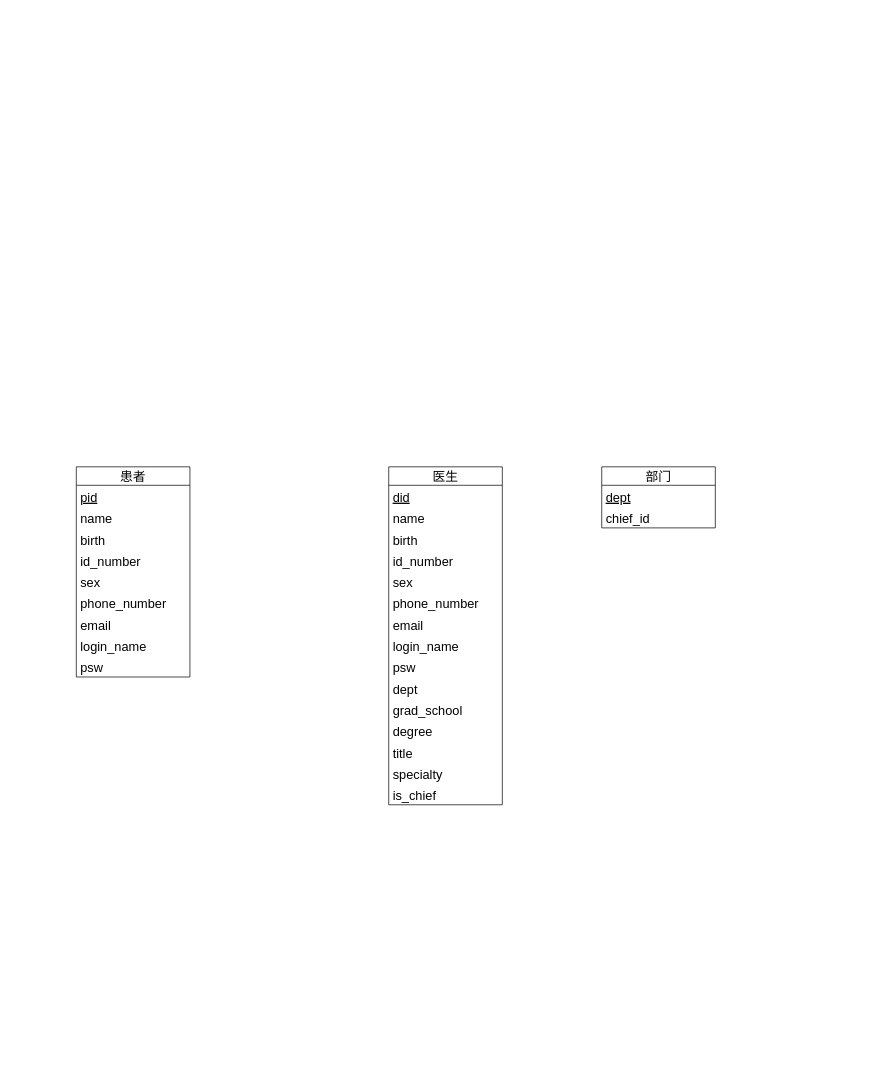
This is 医院ER图.drawio from sql0316/hello-world, a draw.io file, before an edit. Source tidied: cells renumbered, new cells numbered last; positions are measured from the earlier drawing's top-left corner, leaving out a move shared by most shapes. Both pictures are drawn from the tidied source at 71%, with x=0, y=0 at pixel (76, 466).
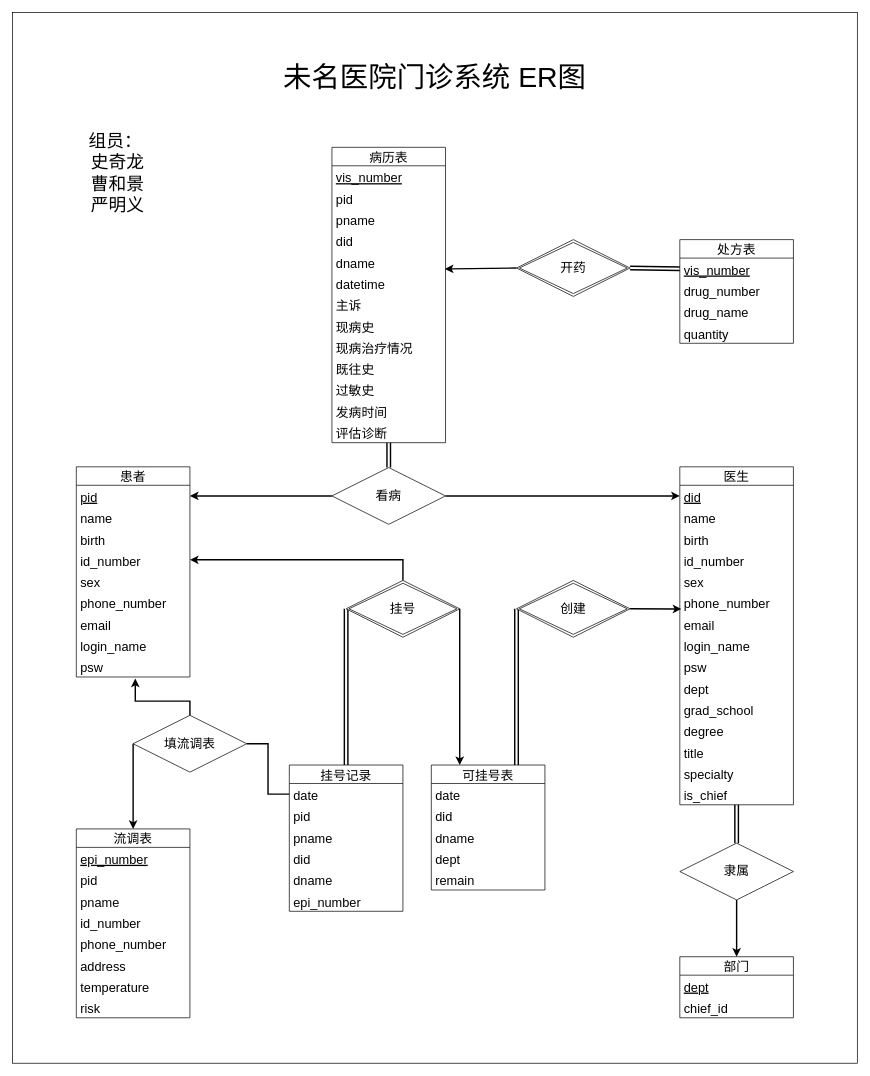
After the change.

Commit message:
更新医院ER图.drawio

Unchanged cells that the change refers to:
```xml
<mxCell id="3" value="pid" style="text;strokeColor=none;fillColor=none;spacingLeft=4;spacingRight=4;overflow=hidden;points=[[0,0.5],[1,0.5]];portConstraint=eastwest;fontSize=18;fontStyle=4;" parent="2" vertex="1">
  <mxGeometry y="26" width="160" height="30" as="geometry" />
</mxCell>
<mxCell id="6" value="id_number" style="text;strokeColor=none;fillColor=none;spacingLeft=4;spacingRight=4;overflow=hidden;points=[[0,0.5],[1,0.5]];portConstraint=eastwest;fontSize=18;" parent="2" vertex="1">
  <mxGeometry y="116" width="160" height="30" as="geometry" />
</mxCell>
<mxCell id="11" value="psw" style="text;strokeColor=none;fillColor=none;spacingLeft=4;spacingRight=4;overflow=hidden;points=[[0,0.5],[1,0.5]];portConstraint=eastwest;fontSize=18;" parent="2" vertex="1">
  <mxGeometry y="266" width="160" height="30" as="geometry" />
</mxCell>
<mxCell id="13" value="did" style="text;strokeColor=none;fillColor=none;spacingLeft=4;spacingRight=4;overflow=hidden;points=[[0,0.5],[1,0.5]];portConstraint=eastwest;fontSize=18;fontStyle=4;" parent="12" vertex="1">
  <mxGeometry y="26" width="160" height="30" as="geometry" />
</mxCell>
<mxCell id="18" value="phone_number" style="text;strokeColor=none;fillColor=none;spacingLeft=4;spacingRight=4;overflow=hidden;points=[[0,0.5],[1,0.5]];portConstraint=eastwest;fontSize=18;" parent="12" vertex="1">
  <mxGeometry y="176" width="160" height="30" as="geometry" />
</mxCell>
<mxCell id="27" value="is_chief" style="text;strokeColor=none;fillColor=none;spacingLeft=4;spacingRight=4;overflow=hidden;points=[[0,0.5],[1,0.5]];portConstraint=eastwest;fontSize=18;" parent="12" vertex="1">
  <mxGeometry y="446" width="160" height="30" as="geometry" />
</mxCell>
```

Change to the diagram source:
```diff
@@
     <mxCell id="12" value="医生" style="swimlane;fontStyle=0;horizontal=1;startSize=26;align=center;fontSize=18;" parent="1" vertex="1">
-      <mxGeometry x="440" width="160" height="476" as="geometry" />
+      <mxGeometry x="850" width="160" height="476" as="geometry" />
     </mxCell>
@@
     <mxCell id="28" value="部门" style="swimlane;fontStyle=0;horizontal=1;startSize=26;align=center;fontSize=18;" parent="1" vertex="1">
-      <mxGeometry x="740" width="160" height="86" as="geometry" />
+      <mxGeometry x="850" y="690" width="160" height="86" as="geometry" />
     </mxCell>
@@
+    <mxCell id="31" style="rounded=0;jettySize=auto;html=1;exitX=0.5;exitY=0;exitDx=0;exitDy=0;fontSize=18;endArrow=none;endFill=0;strokeWidth=2;shape=link;" parent="1" edge="1" source="34" target="48">
+      <mxGeometry relative="1" as="geometry" />
+    </mxCell>
+    <mxCell id="32" style="rounded=0;jettySize=auto;html=1;exitX=1;exitY=0.5;exitDx=0;exitDy=0;entryX=0;entryY=0.5;entryDx=0;entryDy=0;fontSize=18;strokeWidth=2;" parent="1" edge="1" source="34" target="13">
+      <mxGeometry relative="1" as="geometry" />
+    </mxCell>
+    <mxCell id="33" style="rounded=0;jettySize=auto;html=1;exitX=0;exitY=0.5;exitDx=0;exitDy=0;entryX=1;entryY=0.5;entryDx=0;entryDy=0;fontSize=18;strokeWidth=2;" parent="1" edge="1" source="34" target="3">
+      <mxGeometry relative="1" as="geometry" />
+    </mxCell>
+    <mxCell id="34" value="看病" style="shape=rhombus;perimeter=rhombusPerimeter;whiteSpace=wrap;html=1;align=center;fontSize=18;" parent="1" vertex="1">
+      <mxGeometry x="360" y="1" width="160" height="80" as="geometry" />
+    </mxCell>
+    <mxCell id="35" value="病历表" style="swimlane;fontStyle=0;horizontal=1;startSize=26;align=center;fontSize=18;" parent="1" vertex="1">
+      <mxGeometry x="360" y="-450" width="160" height="416" as="geometry" />
+    </mxCell>
+    <mxCell id="36" value="vis_number" style="text;strokeColor=none;fillColor=none;spacingLeft=4;spacingRight=4;overflow=hidden;fontSize=18;fontStyle=4;" parent="35" vertex="1">
+      <mxGeometry y="26" width="160" height="30" as="geometry" />
+    </mxCell>
+    <mxCell id="37" value="pid" style="text;strokeColor=none;fillColor=none;spacingLeft=4;spacingRight=4;overflow=hidden;fontSize=18;" parent="35" vertex="1">
+      <mxGeometry y="56" width="160" height="30" as="geometry" />
+    </mxCell>
+    <mxCell id="38" value="pname" style="text;strokeColor=none;fillColor=none;spacingLeft=4;spacingRight=4;overflow=hidden;fontSize=18;" parent="35" vertex="1">
+      <mxGeometry y="86" width="160" height="30" as="geometry" />
+    </mxCell>
+    <mxCell id="39" value="did" style="text;strokeColor=none;fillColor=none;spacingLeft=4;spacingRight=4;overflow=hidden;fontSize=18;" parent="35" vertex="1">
+      <mxGeometry y="116" width="160" height="30" as="geometry" />
+    </mxCell>
+    <mxCell id="40" value="dname" style="text;strokeColor=none;fillColor=none;spacingLeft=4;spacingRight=4;overflow=hidden;fontSize=18;" parent="35" vertex="1">
+      <mxGeometry y="146" width="160" height="30" as="geometry" />
+    </mxCell>
+    <mxCell id="41" value="datetime" style="text;strokeColor=none;fillColor=none;spacingLeft=4;spacingRight=4;overflow=hidden;points=[[0,0.5],[1,0.5]];portConstraint=eastwest;fontSize=18;" parent="35" vertex="1">
+      <mxGeometry y="176" width="160" height="30" as="geometry" />
+    </mxCell>
+    <mxCell id="42" value="主诉" style="text;strokeColor=none;fillColor=none;spacingLeft=4;spacingRight=4;overflow=hidden;fontSize=18;" parent="35" vertex="1">
+      <mxGeometry y="206" width="160" height="30" as="geometry" />
+    </mxCell>
+    <mxCell id="43" value="现病史" style="text;strokeColor=none;fillColor=none;spacingLeft=4;spacingRight=4;overflow=hidden;fontSize=18;" parent="35" vertex="1">
+      <mxGeometry y="236" width="160" height="30" as="geometry" />
+    </mxCell>
+    <mxCell id="44" value="现病治疗情况" style="text;strokeColor=none;fillColor=none;spacingLeft=4;spacingRight=4;overflow=hidden;fontSize=18;" parent="35" vertex="1">
+      <mxGeometry y="266" width="160" height="30" as="geometry" />
+    </mxCell>
+    <mxCell id="45" value="既往史" style="text;strokeColor=none;fillColor=none;spacingLeft=4;spacingRight=4;overflow=hidden;fontSize=18;" parent="35" vertex="1">
+      <mxGeometry y="296" width="160" height="30" as="geometry" />
+    </mxCell>
+    <mxCell id="46" value="过敏史" style="text;strokeColor=none;fillColor=none;spacingLeft=4;spacingRight=4;overflow=hidden;fontSize=18;" parent="35" vertex="1">
+      <mxGeometry y="326" width="160" height="30" as="geometry" />
+    </mxCell>
+    <mxCell id="47" value="发病时间" style="text;strokeColor=none;fillColor=none;spacingLeft=4;spacingRight=4;overflow=hidden;fontSize=18;" parent="35" vertex="1">
+      <mxGeometry y="356" width="160" height="30" as="geometry" />
+    </mxCell>
+    <mxCell id="48" value="评估诊断" style="text;strokeColor=none;fillColor=none;spacingLeft=4;spacingRight=4;overflow=hidden;points=[[0,0.5],[1,0.5]];portConstraint=eastwest;fontSize=18;" parent="35" vertex="1">
+      <mxGeometry y="386" width="160" height="30" as="geometry" />
+    </mxCell>
+    <mxCell id="49" value="处方表" style="swimlane;fontStyle=0;horizontal=1;startSize=26;align=center;fontSize=18;" parent="1" vertex="1">
+      <mxGeometry x="850" y="-320" width="160" height="146" as="geometry" />
+    </mxCell>
+    <mxCell id="50" value="vis_number" style="text;strokeColor=none;fillColor=none;spacingLeft=4;spacingRight=4;overflow=hidden;points=[[0,0.5],[1,0.5]];portConstraint=eastwest;fontSize=18;fontStyle=4;" parent="49" vertex="1">
+      <mxGeometry y="26" width="160" height="30" as="geometry" />
+    </mxCell>
+    <mxCell id="51" value="drug_number" style="text;strokeColor=none;fillColor=none;spacingLeft=4;spacingRight=4;overflow=hidden;fontSize=18;" parent="49" vertex="1">
+      <mxGeometry y="56" width="160" height="30" as="geometry" />
+    </mxCell>
+    <mxCell id="52" value="drug_name" style="text;strokeColor=none;fillColor=none;spacingLeft=4;spacingRight=4;overflow=hidden;fontSize=18;" parent="49" vertex="1">
+      <mxGeometry y="86" width="160" height="30" as="geometry" />
+    </mxCell>
+    <mxCell id="53" value="quantity" style="text;strokeColor=none;fillColor=none;spacingLeft=4;spacingRight=4;overflow=hidden;fontSize=18;" parent="49" vertex="1">
+      <mxGeometry y="116" width="160" height="30" as="geometry" />
+    </mxCell>
+    <mxCell id="54" style="rounded=0;jettySize=auto;html=1;exitX=1;exitY=0.5;exitDx=0;exitDy=0;entryX=0;entryY=0.5;entryDx=0;entryDy=0;fontSize=18;endArrow=none;endFill=0;strokeWidth=2;shape=link;" parent="1" edge="1" source="56" target="50">
+      <mxGeometry relative="1" as="geometry" />
+    </mxCell>
+    <mxCell id="55" style="edgeStyle=none;rounded=0;jettySize=auto;html=1;exitX=0;exitY=0.5;exitDx=0;exitDy=0;entryX=0.994;entryY=-0.158;entryDx=0;entryDy=0;fontSize=18;endArrow=classic;endFill=1;strokeWidth=2;entryPerimeter=0;" parent="1" edge="1" source="56" target="41">
+      <mxGeometry relative="1" as="geometry" />
+    </mxCell>
+    <mxCell id="56" value="开药" style="shape=rhombus;double=1;perimeter=rhombusPerimeter;whiteSpace=wrap;html=1;align=center;fontSize=18;" parent="1" vertex="1">
+      <mxGeometry x="620" y="-320" width="160" height="80" as="geometry" />
+    </mxCell>
+    <mxCell id="57" style="edgeStyle=none;rounded=0;jettySize=auto;html=1;exitX=0.5;exitY=0;exitDx=0;exitDy=0;fontSize=18;endArrow=none;endFill=0;strokeWidth=2;shape=link;" parent="1" edge="1" source="59" target="27">
+      <mxGeometry relative="1" as="geometry" />
+    </mxCell>
+    <mxCell id="58" style="edgeStyle=none;rounded=0;jettySize=auto;html=1;entryX=0.5;entryY=0;entryDx=0;entryDy=0;fontSize=18;endArrow=classic;endFill=1;strokeWidth=2;" parent="1" edge="1" source="59" target="28">
+      <mxGeometry relative="1" as="geometry" />
+    </mxCell>
+    <mxCell id="59" value="隶属" style="shape=rhombus;perimeter=rhombusPerimeter;whiteSpace=wrap;html=1;align=center;fontSize=18;" parent="1" vertex="1">
+      <mxGeometry x="850" y="530" width="160" height="80" as="geometry" />
+    </mxCell>
+    <mxCell id="60" value="可挂号表" style="swimlane;fontStyle=0;horizontal=1;startSize=26;align=center;fontSize=18;" parent="1" vertex="1">
+      <mxGeometry x="500" y="420" width="160" height="176" as="geometry" />
+    </mxCell>
+    <mxCell id="61" value="date" style="text;strokeColor=none;fillColor=none;spacingLeft=4;spacingRight=4;overflow=hidden;fontSize=18;fontStyle=0;" parent="60" vertex="1">
+      <mxGeometry y="26" width="160" height="30" as="geometry" />
+    </mxCell>
+    <mxCell id="62" value="did" style="text;strokeColor=none;fillColor=none;spacingLeft=4;spacingRight=4;overflow=hidden;fontSize=18;" parent="60" vertex="1">
+      <mxGeometry y="56" width="160" height="30" as="geometry" />
+    </mxCell>
+    <mxCell id="63" value="dname" style="text;strokeColor=none;fillColor=none;spacingLeft=4;spacingRight=4;overflow=hidden;fontSize=18;" parent="60" vertex="1">
+      <mxGeometry y="86" width="160" height="30" as="geometry" />
+    </mxCell>
+    <mxCell id="64" value="dept" style="text;strokeColor=none;fillColor=none;spacingLeft=4;spacingRight=4;overflow=hidden;fontSize=18;" parent="60" vertex="1">
+      <mxGeometry y="116" width="160" height="30" as="geometry" />
+    </mxCell>
+    <mxCell id="65" value="remain" style="text;strokeColor=none;fillColor=none;spacingLeft=4;spacingRight=4;overflow=hidden;fontSize=18;" parent="60" vertex="1">
+      <mxGeometry y="146" width="160" height="30" as="geometry" />
+    </mxCell>
+    <mxCell id="66" style="edgeStyle=none;rounded=0;jettySize=auto;html=1;exitX=1;exitY=0.5;exitDx=0;exitDy=0;entryX=0.013;entryY=0.808;entryDx=0;entryDy=0;fontSize=18;endArrow=classic;endFill=1;strokeWidth=2;entryPerimeter=0;" parent="1" edge="1" source="68" target="18">
+      <mxGeometry relative="1" as="geometry" />
+    </mxCell>
+    <mxCell id="67" style="edgeStyle=none;rounded=0;jettySize=auto;html=1;exitX=0;exitY=0.5;exitDx=0;exitDy=0;fontSize=18;endArrow=none;endFill=0;strokeWidth=2;shape=link;entryX=0.75;entryY=0;entryDx=0;entryDy=0;" parent="1" edge="1" source="68" target="60">
+      <mxGeometry relative="1" as="geometry" />
+    </mxCell>
+    <mxCell id="68" value="创建" style="shape=rhombus;double=1;perimeter=rhombusPerimeter;whiteSpace=wrap;html=1;align=center;fontSize=18;" parent="1" vertex="1">
+      <mxGeometry x="620" y="160" width="160" height="80" as="geometry" />
+    </mxCell>
+    <mxCell id="69" value="挂号记录" style="swimlane;fontStyle=0;horizontal=1;startSize=26;align=center;fontSize=18;" parent="1" vertex="1">
+      <mxGeometry x="300" y="420" width="160" height="206" as="geometry" />
+    </mxCell>
+    <mxCell id="70" value="date" style="text;strokeColor=none;fillColor=none;spacingLeft=4;spacingRight=4;overflow=hidden;points=[[0,0.5],[1,0.5]];portConstraint=eastwest;fontSize=18;fontStyle=0;" parent="69" vertex="1">
+      <mxGeometry y="26" width="160" height="30" as="geometry" />
+    </mxCell>
+    <mxCell id="71" value="pid" style="text;strokeColor=none;fillColor=none;spacingLeft=4;spacingRight=4;overflow=hidden;fontSize=18;" parent="69" vertex="1">
+      <mxGeometry y="56" width="160" height="30" as="geometry" />
+    </mxCell>
+    <mxCell id="72" value="pname" style="text;strokeColor=none;fillColor=none;spacingLeft=4;spacingRight=4;overflow=hidden;fontSize=18;" parent="69" vertex="1">
+      <mxGeometry y="86" width="160" height="30" as="geometry" />
+    </mxCell>
+    <mxCell id="73" value="did" style="text;strokeColor=none;fillColor=none;spacingLeft=4;spacingRight=4;overflow=hidden;fontSize=18;" parent="69" vertex="1">
+      <mxGeometry y="116" width="160" height="30" as="geometry" />
+    </mxCell>
+    <mxCell id="74" value="dname" style="text;strokeColor=none;fillColor=none;spacingLeft=4;spacingRight=4;overflow=hidden;fontSize=18;" parent="69" vertex="1">
+      <mxGeometry y="146" width="160" height="30" as="geometry" />
+    </mxCell>
+    <mxCell id="75" value="epi_number" style="text;strokeColor=none;fillColor=none;spacingLeft=4;spacingRight=4;overflow=hidden;fontSize=18;" parent="69" vertex="1">
+      <mxGeometry y="176" width="160" height="30" as="geometry" />
+    </mxCell>
+    <mxCell id="76" style="rounded=0;jettySize=auto;html=1;exitX=0.5;exitY=0;exitDx=0;exitDy=0;fontSize=18;endArrow=classic;endFill=1;strokeWidth=2;edgeStyle=elbowEdgeStyle;elbow=vertical;entryX=1;entryY=0.5;entryDx=0;entryDy=0;" parent="1" edge="1" source="79" target="6">
+      <mxGeometry relative="1" as="geometry">
+        <Array as="points">
+          <mxPoint x="270" y="131" />
+          <mxPoint x="280" y="160" />
+          <mxPoint x="320" y="130" />
+        </Array>
+      </mxGeometry>
+    </mxCell>
+    <mxCell id="77" style="edgeStyle=none;rounded=0;jettySize=auto;html=1;exitX=0;exitY=0.5;exitDx=0;exitDy=0;entryX=0.5;entryY=0;entryDx=0;entryDy=0;fontSize=18;endArrow=none;endFill=0;strokeWidth=2;shape=link;" parent="1" edge="1" source="79" target="69">
+      <mxGeometry relative="1" as="geometry" />
+    </mxCell>
+    <mxCell id="78" style="edgeStyle=none;rounded=0;jettySize=auto;html=1;exitX=1;exitY=0.5;exitDx=0;exitDy=0;entryX=0.25;entryY=0;entryDx=0;entryDy=0;fontSize=18;endArrow=classic;endFill=1;strokeWidth=2;" parent="1" edge="1" source="79" target="60">
+      <mxGeometry relative="1" as="geometry" />
+    </mxCell>
+    <mxCell id="79" value="挂号" style="shape=rhombus;double=1;perimeter=rhombusPerimeter;whiteSpace=wrap;html=1;align=center;fontSize=18;" parent="1" vertex="1">
+      <mxGeometry x="380" y="160" width="160" height="80" as="geometry" />
+    </mxCell>
+    <mxCell id="80" value="流调表" style="swimlane;fontStyle=0;horizontal=1;startSize=26;align=center;fontSize=18;" parent="1" vertex="1">
+      <mxGeometry y="510" width="160" height="266" as="geometry" />
+    </mxCell>
+    <mxCell id="81" value="epi_number" style="text;strokeColor=none;fillColor=none;spacingLeft=4;spacingRight=4;overflow=hidden;fontSize=18;fontStyle=4;" parent="80" vertex="1">
+      <mxGeometry y="26" width="160" height="30" as="geometry" />
+    </mxCell>
+    <mxCell id="82" value="pid" style="text;strokeColor=none;fillColor=none;spacingLeft=4;spacingRight=4;overflow=hidden;fontSize=18;" parent="80" vertex="1">
+      <mxGeometry y="56" width="160" height="30" as="geometry" />
+    </mxCell>
+    <mxCell id="83" value="pname" style="text;strokeColor=none;fillColor=none;spacingLeft=4;spacingRight=4;overflow=hidden;fontSize=18;" parent="80" vertex="1">
+      <mxGeometry y="86" width="160" height="30" as="geometry" />
+    </mxCell>
+    <mxCell id="84" value="id_number" style="text;strokeColor=none;fillColor=none;spacingLeft=4;spacingRight=4;overflow=hidden;fontSize=18;" parent="80" vertex="1">
+      <mxGeometry y="116" width="160" height="30" as="geometry" />
+    </mxCell>
+    <mxCell id="85" value="phone_number" style="text;strokeColor=none;fillColor=none;spacingLeft=4;spacingRight=4;overflow=hidden;fontSize=18;" parent="80" vertex="1">
+      <mxGeometry y="146" width="160" height="30" as="geometry" />
+    </mxCell>
+    <mxCell id="86" value="address" style="text;strokeColor=none;fillColor=none;spacingLeft=4;spacingRight=4;overflow=hidden;fontSize=18;" parent="80" vertex="1">
+      <mxGeometry y="176" width="160" height="30" as="geometry" />
+    </mxCell>
+    <mxCell id="87" value="temperature" style="text;strokeColor=none;fillColor=none;spacingLeft=4;spacingRight=4;overflow=hidden;fontSize=18;" parent="80" vertex="1">
+      <mxGeometry y="206" width="160" height="30" as="geometry" />
+    </mxCell>
+    <mxCell id="88" value="risk" style="text;strokeColor=none;fillColor=none;spacingLeft=4;spacingRight=4;overflow=hidden;fontSize=18;" parent="80" vertex="1">
+      <mxGeometry y="236" width="160" height="30" as="geometry" />
+    </mxCell>
+    <mxCell id="89" style="edgeStyle=orthogonalEdgeStyle;rounded=0;jettySize=auto;html=1;exitX=1;exitY=0.5;exitDx=0;exitDy=0;entryX=0;entryY=0.5;entryDx=0;entryDy=0;fontSize=18;endArrow=none;endFill=0;strokeWidth=2;" parent="1" edge="1" source="91" target="70">
+      <mxGeometry relative="1" as="geometry" />
+    </mxCell>
+    <mxCell id="90" style="edgeStyle=none;rounded=0;jettySize=auto;html=1;exitX=0;exitY=0.5;exitDx=0;exitDy=0;entryX=0.5;entryY=0;entryDx=0;entryDy=0;fontSize=18;endArrow=classic;endFill=1;strokeWidth=2;" parent="1" edge="1" source="91" target="80">
+      <mxGeometry relative="1" as="geometry" />
+    </mxCell>
+    <mxCell id="91" value="填流调表" style="shape=rhombus;perimeter=rhombusPerimeter;whiteSpace=wrap;html=1;align=center;fontSize=18;" parent="1" vertex="1">
+      <mxGeometry x="80" y="350" width="160" height="80" as="geometry" />
+    </mxCell>
+    <mxCell id="92" style="edgeStyle=elbowEdgeStyle;rounded=0;jettySize=auto;html=1;exitX=0.5;exitY=0;exitDx=0;exitDy=0;fontSize=18;endArrow=classic;endFill=1;strokeWidth=2;entryX=0.519;entryY=1.075;entryDx=0;entryDy=0;entryPerimeter=0;elbow=vertical;" parent="1" edge="1" source="91" target="11">
+      <mxGeometry relative="1" as="geometry">
+        <Array as="points">
+          <mxPoint x="120" y="330" />
+          <mxPoint x="130" y="350" />
+        </Array>
+      </mxGeometry>
+    </mxCell>
+    <mxCell id="93" style="rounded=0;whiteSpace=wrap;html=1;fontSize=18;fillColor=none;" parent="1" vertex="1">
+      <mxGeometry x="-90" y="-640" width="1190" height="1480" as="geometry" />
+    </mxCell>
+    <mxCell id="94" value="&lt;font style=&quot;font-size: 40px&quot;&gt;未名医院门诊系统 ER图&lt;/font&gt;" style="text;html=1;strokeColor=none;fillColor=none;align=center;verticalAlign=middle;whiteSpace=wrap;rounded=0;fontSize=18;opacity=0;" parent="1" vertex="1">
+      <mxGeometry x="225" y="-600" width="560" height="100" as="geometry" />
+    </mxCell>
+    <mxCell id="95" value="组员：&lt;br style=&quot;font-size: 25px;&quot;&gt;&lt;span style=&quot;white-space: pre; font-size: 25px;&quot;&gt; &lt;/span&gt;史奇龙&lt;br style=&quot;font-size: 25px;&quot;&gt;&lt;span style=&quot;white-space: pre; font-size: 25px;&quot;&gt; &lt;/span&gt;曹和景&lt;br style=&quot;font-size: 25px;&quot;&gt;&lt;span style=&quot;white-space: pre; font-size: 25px;&quot;&gt; &lt;/span&gt;严明义" style="text;html=1;strokeColor=none;fillColor=none;align=center;verticalAlign=middle;whiteSpace=wrap;rounded=0;fontFamily=Helvetica;fontSize=25;opacity=0;" parent="1" vertex="1">
+      <mxGeometry x="-30" y="-470" width="170" height="110" as="geometry" />
+    </mxCell>
```
